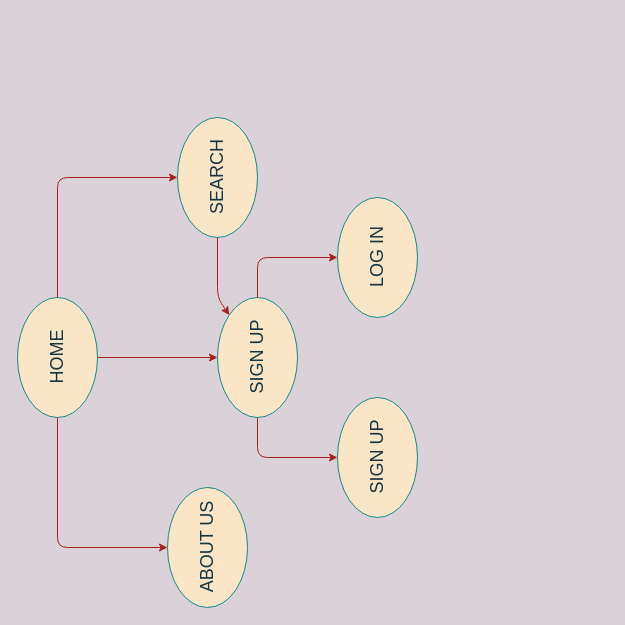
Earlier version of the draw.io diagram searchme.drawio (connect2sazad/searchme). Source tidied: cells renumbered, new cells numbered last; positions are measured from the earlier drawing's top-left corner, leaving out a move shared by most shapes. Both pictures are drawn from the tidied source at 100%, with x=0, y=0 at pixel (-3, 137).
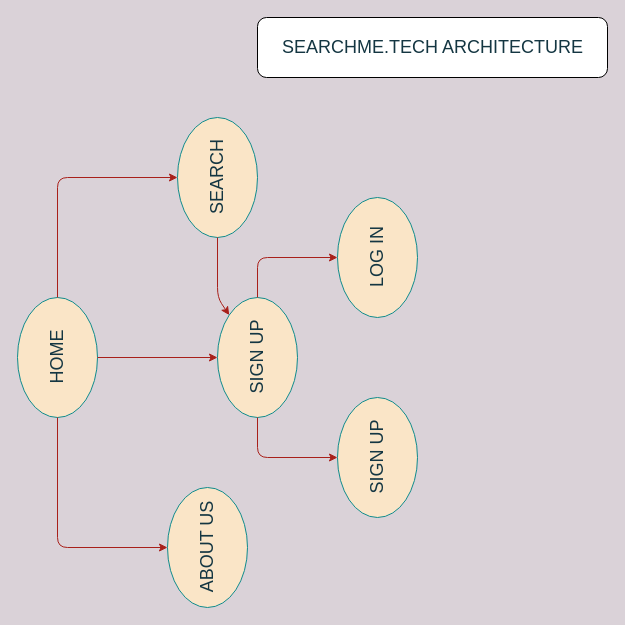
Above is the later version.

Diff of the diagram source:
```diff
@@
+    <mxCell id="26" style="rounded=1;whiteSpace=wrap;html=1;" parent="1" vertex="1">
+      <mxGeometry x="260" y="-120" width="350" height="60" as="geometry" />
+    </mxCell>
+    <mxCell id="27" value="SEARCHME.TECH ARCHITECTURE" style="text;html=1;align=center;verticalAlign=middle;fillColor=none;strokeColor=none;fontSize=18;rotation=0;textDirection=rtl;fontColor=#143642;" parent="1" vertex="1">
+      <mxGeometry x="275" y="-105" width="320" height="30" as="geometry" />
+    </mxCell>
```
